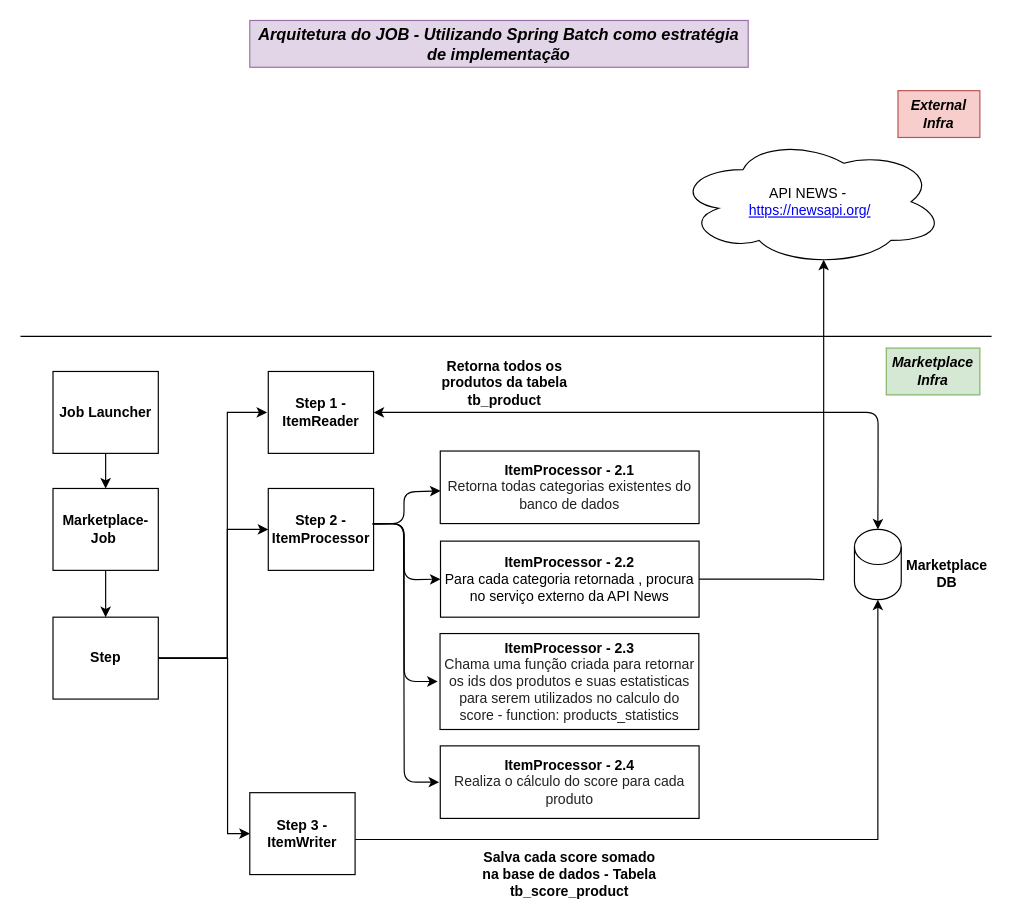
Above: documentation/Arch-Hotmart-Job.drawio in kleytonsilvano/desafio-hotmart-job (draw.io), before the change. Source tidied: cells renumbered, new cells numbered last; positions are measured from the earlier drawing's top-left corner, leaving out a move shared by most shapes. Both pictures are drawn from the tidied source at 117%, with x=0, y=0 at pixel (20, 20).
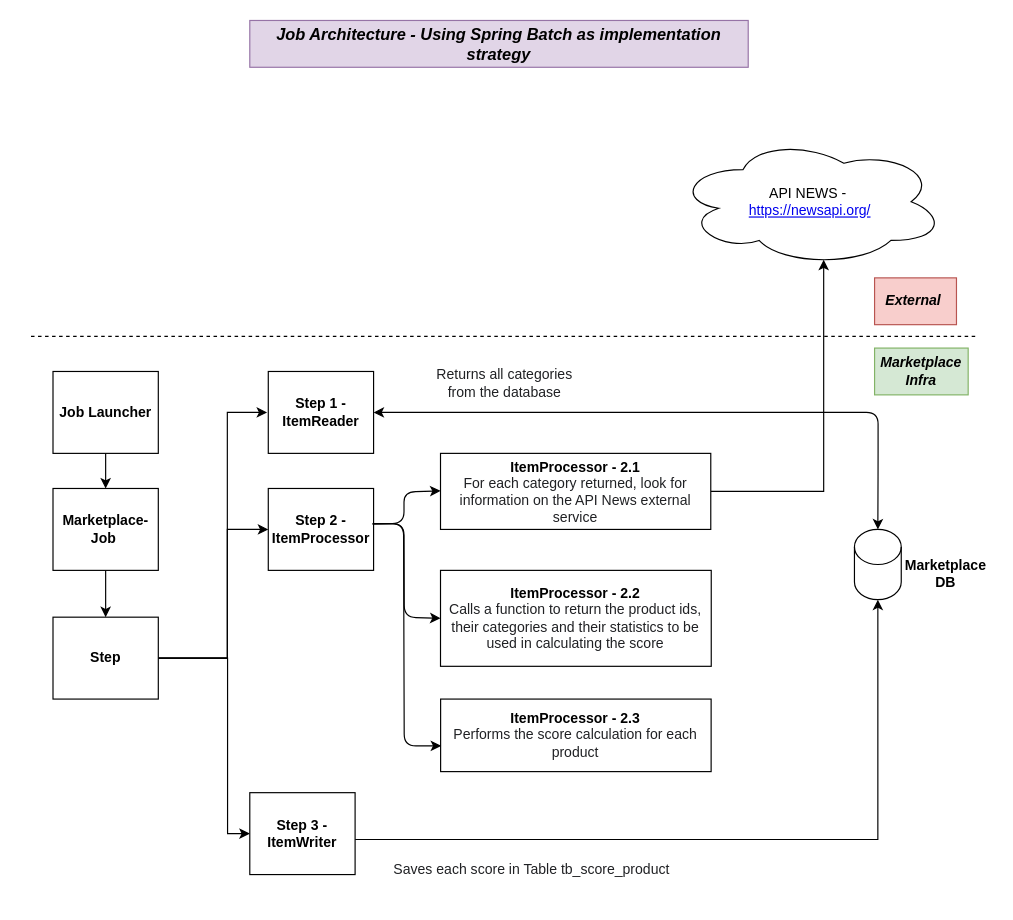
After the change.

Unchanged cells that the change refers to:
```xml
<mxCell id="15" value="Step 2 - ItemProcessor" style="rounded=0;whiteSpace=wrap;html=1;fontStyle=1;" parent="1" vertex="1">
  <mxGeometry x="211.8" y="400" width="90" height="70" as="geometry" />
</mxCell>
<mxCell id="25" value="API NEWS -&lt;font style=&quot;font-size: 12px&quot;&gt;&amp;nbsp;&lt;br&gt;&lt;a href=&quot;https://newsapi.org/&quot; style=&quot;box-sizing: border-box ; background-color: rgb(255 , 255 , 255) ; outline-width: 0px ; font-family: , &amp;#34;blinkmacsystemfont&amp;#34; , &amp;#34;segoe ui&amp;#34; , &amp;#34;helvetica&amp;#34; , &amp;#34;arial&amp;#34; , sans-serif , &amp;#34;apple color emoji&amp;#34; , &amp;#34;segoe ui emoji&amp;#34; ; text-align: left&quot;&gt;https://newsapi.org/&lt;/a&gt;&lt;/font&gt;" style="ellipse;shape=cloud;whiteSpace=wrap;html=1;gradientColor=none;" parent="1" vertex="1">
  <mxGeometry x="560" y="100" width="230" height="110" as="geometry" />
</mxCell>
```

What changed in the source:
```diff
@@
     <mxCell id="5" value="Marketplace DB&lt;br&gt;" style="text;html=1;strokeColor=none;fillColor=none;align=center;verticalAlign=middle;whiteSpace=wrap;rounded=0;fontStyle=1;" parent="1" vertex="1">
-      <mxGeometry x="757" y="460" width="70" height="25" as="geometry" />
+      <mxGeometry x="756" y="460" width="70" height="25" as="geometry" />
     </mxCell>
-    <mxCell id="6" value="Retorna todos os produtos da tabela tb_product" style="text;html=1;strokeColor=none;fillColor=none;align=center;verticalAlign=middle;whiteSpace=wrap;rounded=0;fontStyle=1;" parent="1" vertex="1">
+    <mxCell id="6" value="&lt;span style=&quot;color: rgb(32 , 33 , 36) ; font-family: &amp;#34;arial&amp;#34; , sans-serif ; font-weight: 400 ; text-align: left&quot;&gt;Returns all categories from the database&lt;/span&gt;" style="text;html=1;strokeColor=none;fillColor=none;align=center;verticalAlign=middle;whiteSpace=wrap;rounded=0;fontStyle=1;" parent="1" vertex="1">
       <mxGeometry x="344" y="300" width="140" height="20" as="geometry" />
     </mxCell>
@@
-    <mxCell id="18" value="Salva cada score somado na base de dados - Tabela tb_score_product" style="text;html=1;strokeColor=none;fillColor=none;align=center;verticalAlign=middle;whiteSpace=wrap;rounded=0;fontStyle=1;" parent="1" vertex="1">
-      <mxGeometry x="388.8" y="720" width="161" height="20" as="geometry" />
-    </mxCell>
-    <mxCell id="19" value="&lt;font style=&quot;font-size: 14px&quot;&gt;Arquitetura do JOB - Utilizando Spring Batch como estratégia de implementação&lt;/font&gt;" style="text;html=1;strokeColor=#9673a6;fillColor=#e1d5e7;align=center;verticalAlign=middle;whiteSpace=wrap;rounded=0;fontStyle=3;" parent="1" vertex="1">
+    <mxCell id="19" value="&lt;font style=&quot;font-size: 14px&quot;&gt;Job Architecture - Using Spring Batch as implementation strategy&lt;/font&gt;" style="text;html=1;strokeColor=#9673a6;fillColor=#e1d5e7;align=center;verticalAlign=middle;whiteSpace=wrap;rounded=0;fontStyle=3;" parent="1" vertex="1">
       <mxGeometry x="196" width="426" height="40" as="geometry" />
     </mxCell>
-    <mxCell id="20" value="&lt;b&gt;ItemProcessor - 2.1&lt;/b&gt;&lt;br&gt;&lt;span style=&quot;color: rgb(32 , 33 , 36) ; font-family: inherit ; text-align: left&quot;&gt;Retorna todas categorias existentes do banco de dados&lt;br&gt;&lt;/span&gt;" style="whiteSpace=wrap;html=1;rounded=0;" parent="1" vertex="1">
-      <mxGeometry x="358.8" y="368" width="221.2" height="62" as="geometry" />
-    </mxCell>
@@
-    <mxCell id="22" style="endArrow=classic;html=1;exitX=0.993;exitY=0.433;exitDx=0;exitDy=0;exitPerimeter=0;entryX=0;entryY=0.5;entryDx=0;entryDy=0;" parent="1" edge="1" source="15" target="24">
-      <mxGeometry relative="1" as="geometry">
-        <Array as="points">
-          <mxPoint x="327.8" y="430" />
-          <mxPoint x="328" y="478" />
-        </Array>
-      </mxGeometry>
-    </mxCell>
     <mxCell id="23" style="edgeStyle=orthogonalEdgeStyle;rounded=0;jettySize=auto;html=1;entryX=0.55;entryY=0.95;entryDx=0;entryDy=0;entryPerimeter=0;" parent="1" edge="1" source="24" target="25">
       <mxGeometry relative="1" as="geometry">
         <Array as="points">
-          <mxPoint x="675" y="478" />
-          <mxPoint x="687" y="478" />
+          <mxPoint x="687" y="403" />
         </Array>
       </mxGeometry>
     </mxCell>
-    <mxCell id="24" value="&lt;b&gt;ItemProcessor - 2.2&lt;/b&gt;&lt;br&gt;Para cada categoria retornada , procura no serviço externo da API News" style="whiteSpace=wrap;html=1;rounded=0;" parent="1" vertex="1">
-      <mxGeometry x="359" y="445" width="221" height="65" as="geometry" />
+    <mxCell id="24" value="&lt;b&gt;ItemProcessor - 2.1&lt;/b&gt;&lt;br&gt;&lt;span style=&quot;color: rgb(32 , 33 , 36) ; font-family: &amp;#34;arial&amp;#34; , sans-serif ; text-align: left&quot;&gt;&lt;font style=&quot;font-size: 12px&quot;&gt;For each category returned, look for information on the API News external service&lt;/font&gt;&lt;/span&gt;" style="whiteSpace=wrap;html=1;rounded=0;" parent="1" vertex="1">
+      <mxGeometry x="359" y="370" width="231" height="65" as="geometry" />
     </mxCell>
@@
-    <mxCell id="26" style="endArrow=none;html=1;" parent="1" edge="1">
-      <mxGeometry relative="1" as="geometry">
-        <mxPoint y="270" as="sourcePoint" />
-        <mxPoint x="830" y="270" as="targetPoint" />
-      </mxGeometry>
-    </mxCell>
     <mxCell id="27" value="Marketplace Infra" style="text;html=1;strokeColor=#82b366;fillColor=#d5e8d4;align=center;verticalAlign=middle;whiteSpace=wrap;rounded=0;fontStyle=3;" parent="1" vertex="1">
-      <mxGeometry x="740" y="280" width="80" height="40" as="geometry" />
+      <mxGeometry x="730" y="280" width="80" height="40" as="geometry" />
     </mxCell>
-    <mxCell id="28" value="External Infra" style="text;html=1;strokeColor=#b85450;fillColor=#f8cecc;align=center;verticalAlign=middle;whiteSpace=wrap;rounded=0;fontStyle=3;" parent="1" vertex="1">
-      <mxGeometry x="750" y="60" width="70" height="40" as="geometry" />
+    <mxCell id="28" value="External&amp;nbsp;" style="text;html=1;strokeColor=#b85450;fillColor=#f8cecc;align=center;verticalAlign=middle;whiteSpace=wrap;rounded=0;fontStyle=3;" parent="1" vertex="1">
+      <mxGeometry x="730" y="220" width="70" height="40" as="geometry" />
     </mxCell>
-    <mxCell id="29" value="&lt;b&gt;ItemProcessor - 2.3&lt;/b&gt;&lt;br&gt;&lt;span style=&quot;color: rgb(32 , 33 , 36) ; font-family: inherit ; text-align: left&quot;&gt;Chama uma função criada para retornar os ids dos produtos e suas estatisticas para serem utilizados no calculo do score - function: products_statistics&lt;/span&gt;" style="whiteSpace=wrap;html=1;rounded=0;" parent="1" vertex="1">
-      <mxGeometry x="358.6" y="524" width="221.2" height="82" as="geometry" />
+    <mxCell id="29" value="&lt;div&gt;&lt;b&gt;ItemProcessor - 2.2&lt;/b&gt;&lt;/div&gt;&lt;div&gt;&lt;span style=&quot;color: rgb(32 , 33 , 36) ; font-family: &amp;#34;arial&amp;#34; , sans-serif&quot;&gt;Calls a function to return the product ids, their categories and their statistics to be used in calculating the score&lt;/span&gt;&lt;br&gt;&lt;/div&gt;" style="whiteSpace=wrap;html=1;rounded=0;" parent="1" vertex="1">
+      <mxGeometry x="359" y="470" width="231.4" height="82" as="geometry" />
     </mxCell>
-    <mxCell id="30" style="endArrow=classic;html=1;exitX=0.993;exitY=0.433;exitDx=0;exitDy=0;exitPerimeter=0;entryX=0;entryY=0.5;entryDx=0;entryDy=0;" parent="1" edge="1">
+    <mxCell id="30" style="endArrow=classic;html=1;exitX=0.993;exitY=0.433;exitDx=0;exitDy=0;exitPerimeter=0;entryX=0;entryY=0.5;entryDx=0;entryDy=0;" parent="1" edge="1" target="29">
       <mxGeometry relative="1" as="geometry">
         <mxPoint x="301.1" y="430.3" as="sourcePoint" />
-        <mxPoint x="356.6" y="565" as="targetPoint" />
         <Array as="points">
           <mxPoint x="327.8" y="430" />
-          <mxPoint x="328" y="565" />
+          <mxPoint x="328" y="510" />
         </Array>
       </mxGeometry>
     </mxCell>
-    <mxCell id="31" value="&lt;b&gt;ItemProcessor - 2.4&lt;/b&gt;&lt;br&gt;&lt;span style=&quot;color: rgb(32 , 33 , 36) ; font-family: inherit ; text-align: left&quot;&gt;Realiza o cálculo do score para cada produto&lt;br&gt;&lt;/span&gt;" style="whiteSpace=wrap;html=1;rounded=0;" parent="1" vertex="1">
-      <mxGeometry x="358.8" y="620" width="221.2" height="62" as="geometry" />
+    <mxCell id="31" value="&lt;b&gt;ItemProcessor - 2.3&lt;/b&gt;&lt;br&gt;&lt;span style=&quot;color: rgb(32 , 33 , 36) ; font-family: inherit ; text-align: left&quot;&gt;Performs the score calculation for each product&lt;/span&gt;" style="whiteSpace=wrap;html=1;rounded=0;" parent="1" vertex="1">
+      <mxGeometry x="359.1" y="580" width="231.2" height="62" as="geometry" />
     </mxCell>
-    <mxCell id="32" style="endArrow=classic;html=1;exitX=0.993;exitY=0.433;exitDx=0;exitDy=0;exitPerimeter=0;entryX=0;entryY=0.5;entryDx=0;entryDy=0;" parent="1" edge="1">
+    <mxCell id="32" style="endArrow=classic;html=1;exitX=0.993;exitY=0.433;exitDx=0;exitDy=0;exitPerimeter=0;entryX=0.002;entryY=0.645;entryDx=0;entryDy=0;entryPerimeter=0;" parent="1" edge="1" target="31">
       <mxGeometry relative="1" as="geometry">
         <mxPoint x="300.7" y="430.3" as="sourcePoint" />
-        <mxPoint x="357.8" y="651" as="targetPoint" />
         <Array as="points">
           <mxPoint x="327.4" y="430" />
-          <mxPoint x="328" y="651" />
+          <mxPoint x="328" y="620" />
         </Array>
       </mxGeometry>
     </mxCell>
+    <mxCell id="33" value="&lt;pre class=&quot;tw-data-text tw-text-large XcVN5d tw-ta&quot; id=&quot;tw-target-text&quot; dir=&quot;ltr&quot; style=&quot;line-height: 36px ; border: none ; padding: 2px 0.14em 2px 0px ; position: relative ; margin-top: -2px ; margin-bottom: -2px ; resize: none ; font-family: inherit ; overflow: hidden ; width: 277.017px ; overflow-wrap: break-word ; color: rgb(32 , 33 , 36)&quot;&gt;&lt;span lang=&quot;en&quot;&gt;Saves each score in &lt;/span&gt;Table tb_score_product&lt;/pre&gt;" style="text;html=1;strokeColor=none;fillColor=none;align=center;verticalAlign=middle;whiteSpace=wrap;rounded=0;" parent="1" vertex="1">
+      <mxGeometry x="400" y="720" width="76" height="10" as="geometry" />
+    </mxCell>
+    <mxCell id="34" style="endArrow=none;dashed=1;html=1;" parent="1" edge="1">
+      <mxGeometry relative="1" as="geometry">
+        <mxPoint x="9" y="270" as="sourcePoint" />
+        <mxPoint x="819" y="270" as="targetPoint" />
+      </mxGeometry>
+    </mxCell>
```
